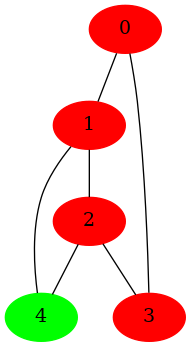
Earlier version of the Graphviz export algorithm_visualizer/src/save/tmp/ugraph.png (Les-Alchimistes-Labs/AlgorithmVisualizer). Its source is kept beside it as algorithm_visualizer/src/save/tmp/ugraph.dot.
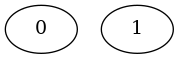
The same diagram one commit later.

The edit, as a diff of the source:
```diff
@@ -1,13 +1,4 @@
 graph ugraph {
-n0 [label="0", style = filled , color = red ]
-n1 [label="1", style = filled , color = red ]
-n2 [label="2", style = filled , color = red ]
-n3 [label="3", style = filled , color = red ]
-n4 [label="4", style = filled , color = green ]
-n0 -- n1
-n0 -- n3
-n1 -- n2
-n1 -- n4
-n2 -- n3
-n2 -- n4
+n0 [label="0"]
+n1 [label="1"]
 }
```
